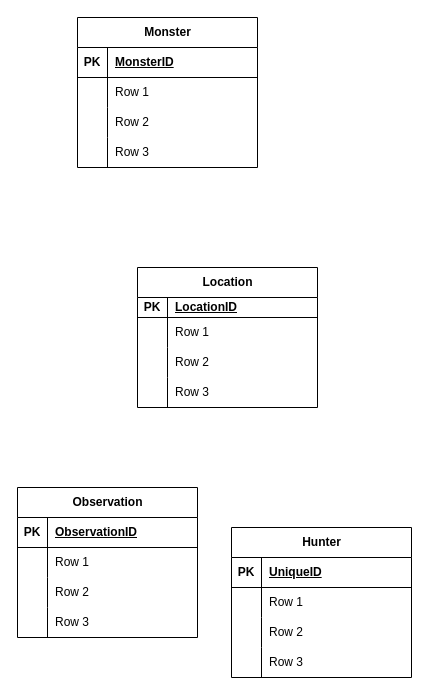
Above: EntityRelationDiagram.drawio in Claes1981/assignment-sql-81clafra (draw.io), before the change. Source tidied: cells renumbered, new cells numbered last; positions are measured from the earlier drawing's top-left corner, leaving out a move shared by most shapes. Both pictures are drawn from the tidied source at 100%, with x=0, y=0 at pixel (17, 17).
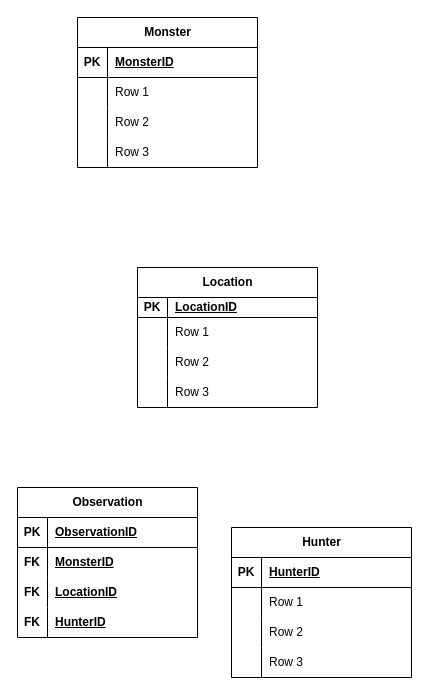
After the change.

Commit message:
Add foreign key attributes to entity relationship diagram tables.

Unchanged cells that the change refers to:
```xml
<mxCell id="29" style="shape=tableRow;horizontal=0;startSize=0;swimlaneHead=0;swimlaneBody=0;fillColor=none;top=0;left=0;right=0;bottom=1;" parent="28" vertex="1">
  <mxGeometry y="30" width="180" height="30" as="geometry" />
</mxCell>
<mxCell id="45" style="shape=tableRow;horizontal=0;startSize=0;swimlaneHead=0;swimlaneBody=0;fillColor=none;top=0;left=0;right=0;bottom=0;" parent="41" vertex="1">
  <mxGeometry y="60" width="180" height="30" as="geometry" />
</mxCell>
<mxCell id="48" style="shape=tableRow;horizontal=0;startSize=0;swimlaneHead=0;swimlaneBody=0;fillColor=none;top=0;left=0;right=0;bottom=0;" parent="41" vertex="1">
  <mxGeometry y="90" width="180" height="30" as="geometry" />
</mxCell>
<mxCell id="51" style="shape=tableRow;horizontal=0;startSize=0;swimlaneHead=0;swimlaneBody=0;fillColor=none;top=0;left=0;right=0;bottom=0;" parent="41" vertex="1">
  <mxGeometry y="120" width="180" height="30" as="geometry" />
</mxCell>
```

Change to the diagram source:
```diff
@@
-    <mxCell id="31" value="UniqueID" style="shape=partialRectangle;fillColor=none;top=0;left=0;bottom=0;right=0;align=left;spacingLeft=6;fontStyle=5;overflow=hidden;whiteSpace=wrap;html=1;" parent="29" vertex="1">
+    <mxCell id="31" value="HunterID" style="shape=partialRectangle;fillColor=none;top=0;left=0;bottom=0;right=0;align=left;spacingLeft=6;fontStyle=5;overflow=hidden;whiteSpace=wrap;html=1;" parent="29" vertex="1">
       <mxGeometry x="30" width="150" height="30" as="geometry" />
     </mxCell>
@@
-    <mxCell id="46" style="shape=partialRectangle;fillColor=none;top=0;left=0;bottom=0;right=0;overflow=hidden;whiteSpace=wrap;html=1;" parent="45" vertex="1">
+    <mxCell id="46" value="&lt;span style=&quot;color: rgb(0, 0, 0); font-weight: 700;&quot;&gt;FK&lt;/span&gt;" style="shape=partialRectangle;fillColor=none;top=0;left=0;bottom=0;right=0;overflow=hidden;whiteSpace=wrap;html=1;" parent="45" vertex="1">
       <mxGeometry width="30" height="30" as="geometry" />
     </mxCell>
-    <mxCell id="47" value="Row 1" style="shape=partialRectangle;fillColor=none;top=0;left=0;bottom=0;right=0;align=left;spacingLeft=6;overflow=hidden;whiteSpace=wrap;html=1;" parent="45" vertex="1">
+    <mxCell id="47" value="&lt;span style=&quot;color: rgb(0, 0, 0); font-weight: 700; text-decoration-line: underline;&quot;&gt;MonsterID&lt;/span&gt;" style="shape=partialRectangle;fillColor=none;top=0;left=0;bottom=0;right=0;align=left;spacingLeft=6;overflow=hidden;whiteSpace=wrap;html=1;" parent="45" vertex="1">
       <mxGeometry x="30" width="150" height="30" as="geometry" />
     </mxCell>
@@
-    <mxCell id="49" style="shape=partialRectangle;fillColor=none;top=0;left=0;bottom=0;right=0;overflow=hidden;whiteSpace=wrap;html=1;" parent="48" vertex="1">
+    <mxCell id="49" value="&lt;span style=&quot;color: rgb(0, 0, 0); font-weight: 700;&quot;&gt;FK&lt;/span&gt;" style="shape=partialRectangle;fillColor=none;top=0;left=0;bottom=0;right=0;overflow=hidden;whiteSpace=wrap;html=1;" parent="48" vertex="1">
       <mxGeometry width="30" height="30" as="geometry" />
     </mxCell>
-    <mxCell id="50" value="Row 2" style="shape=partialRectangle;fillColor=none;top=0;left=0;bottom=0;right=0;align=left;spacingLeft=6;overflow=hidden;whiteSpace=wrap;html=1;" parent="48" vertex="1">
+    <mxCell id="50" value="&lt;span style=&quot;color: rgb(0, 0, 0); font-weight: 700; text-decoration-line: underline;&quot;&gt;LocationID&lt;/span&gt;" style="shape=partialRectangle;fillColor=none;top=0;left=0;bottom=0;right=0;align=left;spacingLeft=6;overflow=hidden;whiteSpace=wrap;html=1;" parent="48" vertex="1">
       <mxGeometry x="30" width="150" height="30" as="geometry" />
     </mxCell>
@@
-    <mxCell id="52" style="shape=partialRectangle;fillColor=none;top=0;left=0;bottom=0;right=0;overflow=hidden;whiteSpace=wrap;html=1;" parent="51" vertex="1">
+    <mxCell id="52" value="&lt;span style=&quot;color: rgb(0, 0, 0); font-weight: 700;&quot;&gt;FK&lt;/span&gt;" style="shape=partialRectangle;fillColor=none;top=0;left=0;bottom=0;right=0;overflow=hidden;whiteSpace=wrap;html=1;" parent="51" vertex="1">
       <mxGeometry width="30" height="30" as="geometry" />
     </mxCell>
-    <mxCell id="53" value="Row 3" style="shape=partialRectangle;fillColor=none;top=0;left=0;bottom=0;right=0;align=left;spacingLeft=6;overflow=hidden;whiteSpace=wrap;html=1;" parent="51" vertex="1">
+    <mxCell id="53" value="&lt;span style=&quot;color: rgb(0, 0, 0); font-weight: 700; text-decoration-line: underline;&quot;&gt;HunterID&lt;/span&gt;" style="shape=partialRectangle;fillColor=none;top=0;left=0;bottom=0;right=0;align=left;spacingLeft=6;overflow=hidden;whiteSpace=wrap;html=1;" parent="51" vertex="1">
       <mxGeometry x="30" width="150" height="30" as="geometry" />
     </mxCell>
```
